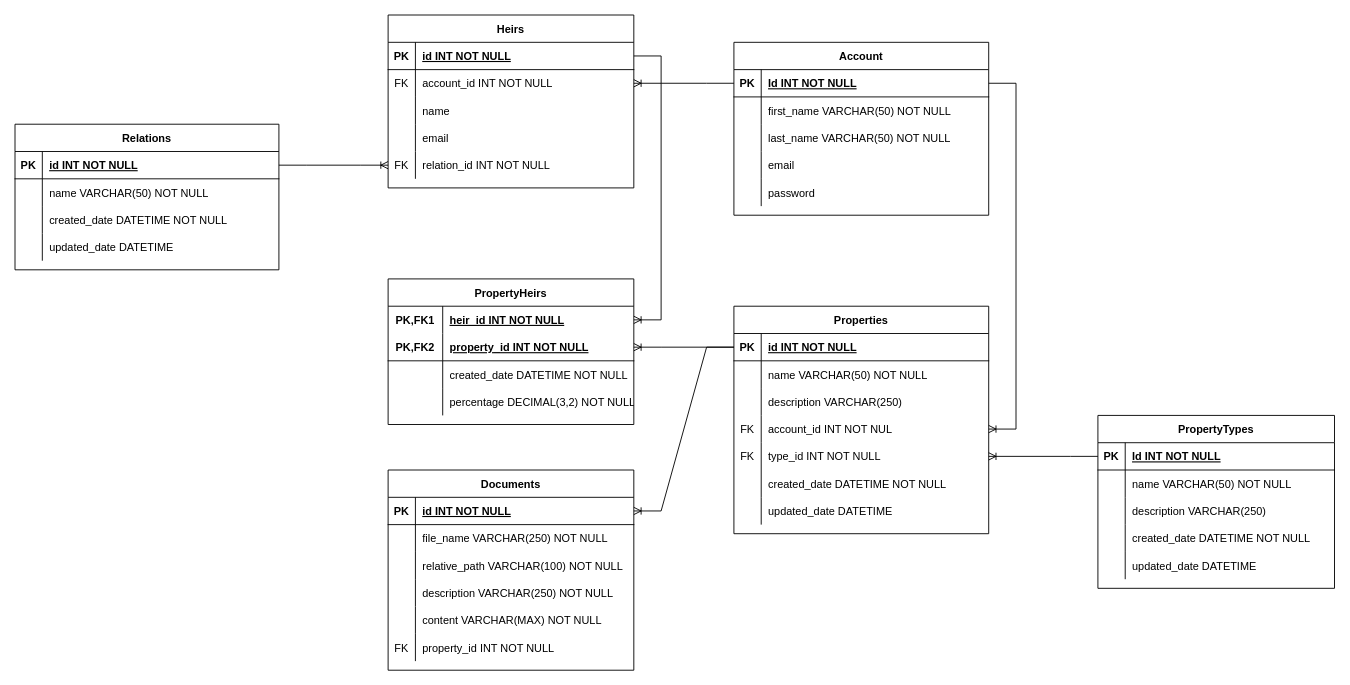
The draw.io diagram ER_Diagram.drawio in NTHU-Nova-Corp/e-testament-api, before the edit. Source tidied: cells renumbered, new cells numbered last; positions are measured from the earlier drawing's top-left corner, leaving out a move shared by most shapes. Both pictures are drawn from the tidied source at 91%, with x=0, y=0 at pixel (15, 15).
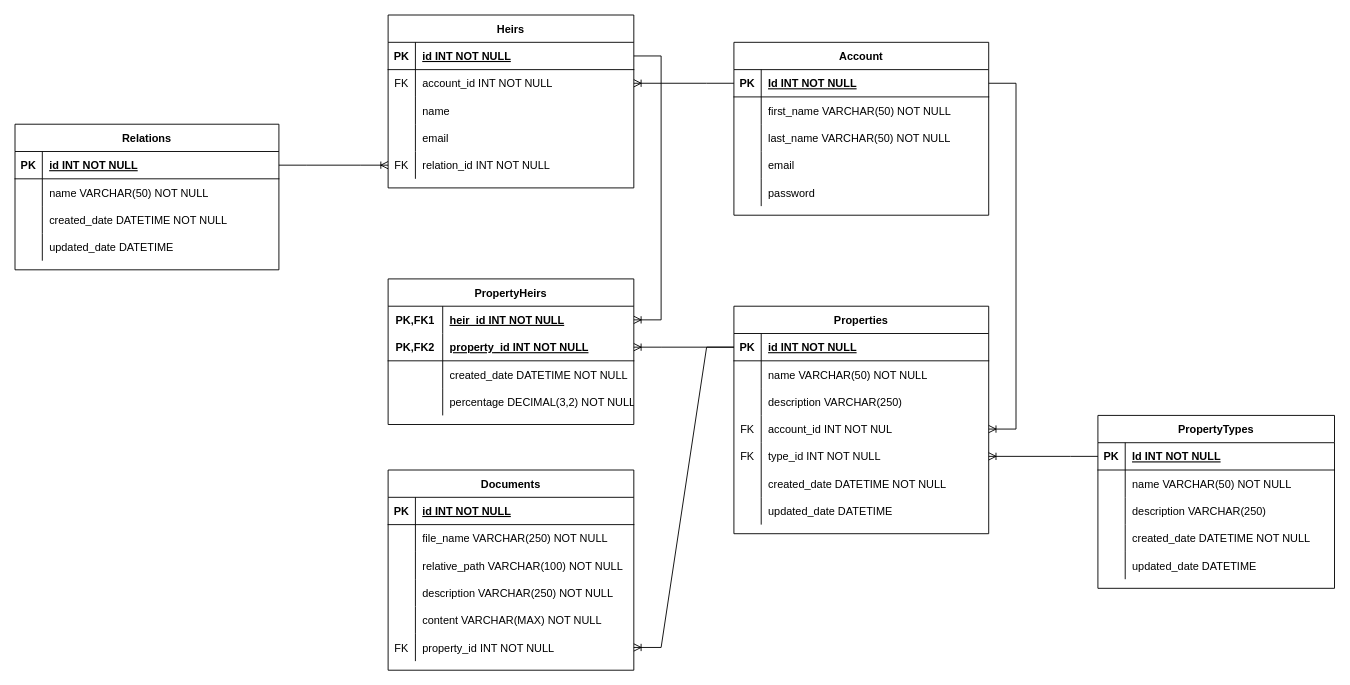
The same diagram, later.

The change refers to these unchanged cells:
```xml
<mxCell id="3" style="shape=partialRectangle;fillColor=none;points=[[0,0.5],[1,0.5]];portConstraint=eastwest;top=0;left=0;right=0;bottom=1;" parent="2" vertex="1">
  <mxGeometry y="30" width="280" height="30" as="geometry" />
</mxCell>
<mxCell id="72" style="shape=tableRow;horizontal=0;startSize=0;swimlaneHead=0;swimlaneBody=0;fillColor=none;points=[[0,0.5],[1,0.5]];portConstraint=eastwest;top=0;left=0;right=0;bottom=1;" parent="71" vertex="1">
  <mxGeometry y="30" width="270" height="30" as="geometry" />
</mxCell>
<mxCell id="87" style="shape=tableRow;horizontal=0;startSize=0;swimlaneHead=0;swimlaneBody=0;fillColor=none;points=[[0,0.5],[1,0.5]];portConstraint=eastwest;top=0;left=0;right=0;bottom=0;" parent="71" vertex="1">
  <mxGeometry y="180" width="270" height="30" as="geometry" />
</mxCell>
```

What changed in the source:
```diff
@@
-    <mxCell id="123" style="edgeStyle=entityRelationEdgeStyle;fontSize=12;html=1;endArrow=ERoneToMany;rounded=0;exitX=0;exitY=0.5;exitDx=0;exitDy=0;" parent="1" edge="1" source="3" target="72">
+    <mxCell id="123" style="edgeStyle=entityRelationEdgeStyle;fontSize=12;html=1;endArrow=ERoneToMany;rounded=0;exitX=0;exitY=0.5;exitDx=0;exitDy=0;entryX=1;entryY=0.5;entryDx=0;entryDy=0;" parent="1" edge="1" source="3" target="87">
       <mxGeometry relative="1" as="geometry" />
     </mxCell>
```
